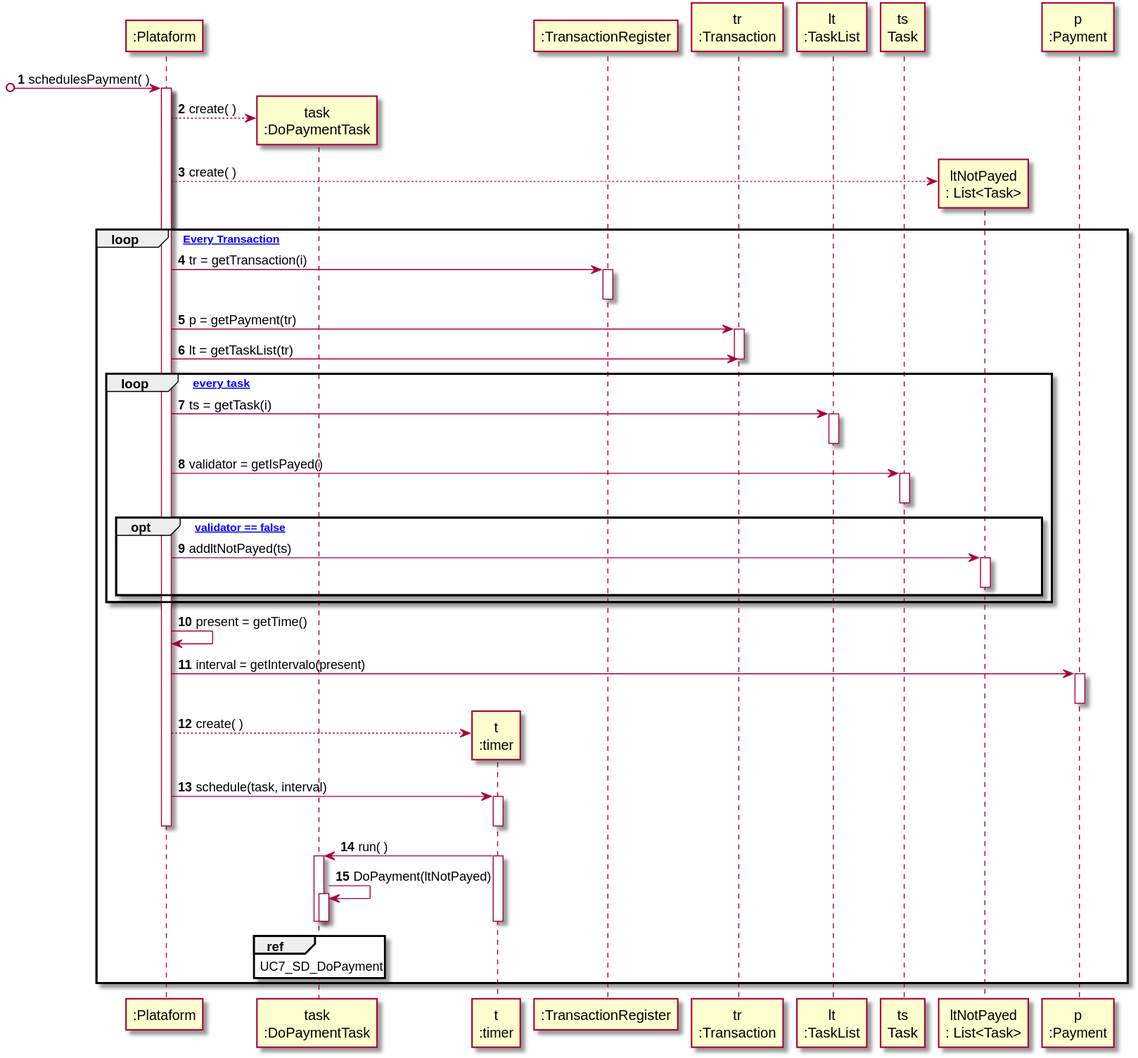
The PlantUML diagram docs/UC7 - Do Payment Automatically/UC7_SD.svg in 1190452/LAPR2, before a commit.
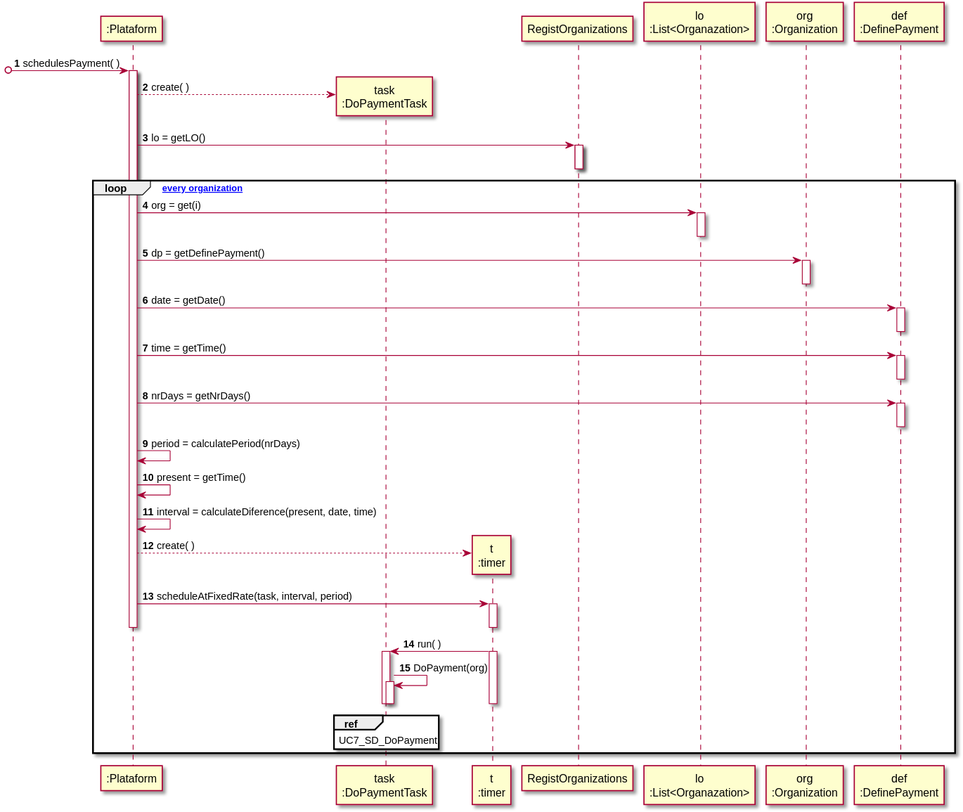
The same diagram one commit later.

The edit, as a diff of the source:
```diff
@@ -4,12 +4,10 @@
 participant ":Plataform" as PLAT
 participant "task\n:DoPaymentTask" as TASK
 participant "t\n:timer" as TI
-participant ":TransactionRegister" as TR
-participant "tr\n:Transaction" as T
-participant "lt\n:TaskList" as LT
-participant "ts\nTask" as TS
-participant "ltNotPayed\n: List<Task>" as LTS
-participant "p\n:Payment" as P
+participant "RegistOrganizations" as RORGS
+participant "lo\n:List<Organazation>" as LO
+participant "org\n:Organization" as O
+participant "def\n:DefinePayment" as DP
 
 
 
@@ -18,41 +16,37 @@
 
 PLAT --> TASK** : create( )
 
-PLAT --> LTS** :create( )
 
-loop [for Every Transaction]
-PLAT -> TR : tr = getTransaction(i)
-activate TR
-deactivate TR
+PLAT -> RORGS : lo = getLO()
+activate RORGS
+deactivate RORGS
+loop [for every organization]
+PLAT -> LO : org = get(i)
+activate LO
+deactivate LO
+PLAT -> O : dp = getDefinePayment()
+activate O
+deactivate O
+PLAT -> DP : date = getDate()
+activate DP
+deactivate DP
+PLAT -> DP : time = getTime()
+activate DP
+deactivate DP
+PLAT -> DP : nrDays = getNrDays()
+activate DP
+deactivate DP
 
 
-PLAT -> T : p = getPayment(tr)
-activate T
+PLAT -> PLAT : period = calculatePeriod(nrDays)
+
+PLAT -> PLAT : present = getTime()
+
+PLAT -> PLAT : interval = calculateDiference(present, date, time)
 
 
-PLAT -> T : lt = getTaskList(tr)
-deactivate T
-loop [for every task]
-PLAT -> LT : ts = getTask(i)
-activate LT
-deactivate LT
-PLAT -> TS : validator = getIsPayed()
-activate TS
-deactivate TS
-
-opt [if validator == false]
-PLAT -> LTS : addltNotPayed(ts)
-activate LTS
-deactivate LTS
-end opt
-end loop
-PLAT -> PLAT : present = getTime()
-PLAT -> P : interval = getIntervalo(present)
-activate P
-deactivate P
-
 PLAT --> TI** : create( )
-PLAT -> TI : schedule(task, interval)
+PLAT -> TI : scheduleAtFixedRate(task, interval, period)
 activate TI
 deactivate TI
 deactivate PLAT
@@ -60,13 +54,14 @@
 TI -> TASK : run( )
 activate TI
 activate TASK
-TASK -> TASK : DoPayment(ltNotPayed)
+TASK -> TASK : DoPayment(org)
 ref over TASK : UC7_SD_DoPayment
 activate TASK
 deactivate TASK
 deactivate TASK
 deactivate TI
-
 end loop
 
+
+
 @enduml
```
